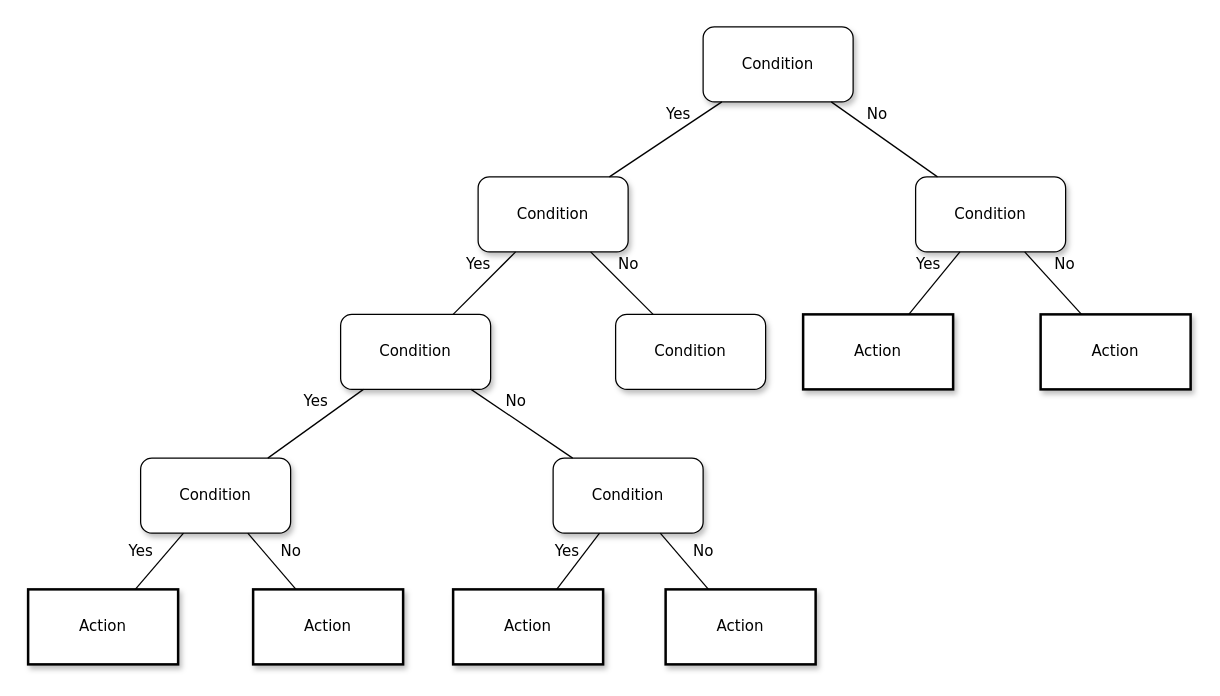
isabel-mm/guacamole keeps this draw.io diagram as tipología.drawio. Above is the earlier version. Source tidied: cells renumbered, new cells numbered last; positions are measured from the earlier drawing's top-left corner, leaving out a move shared by most shapes. Both pictures are drawn from the tidied source at 125%, with x=0, y=0 at pixel (28, 26).
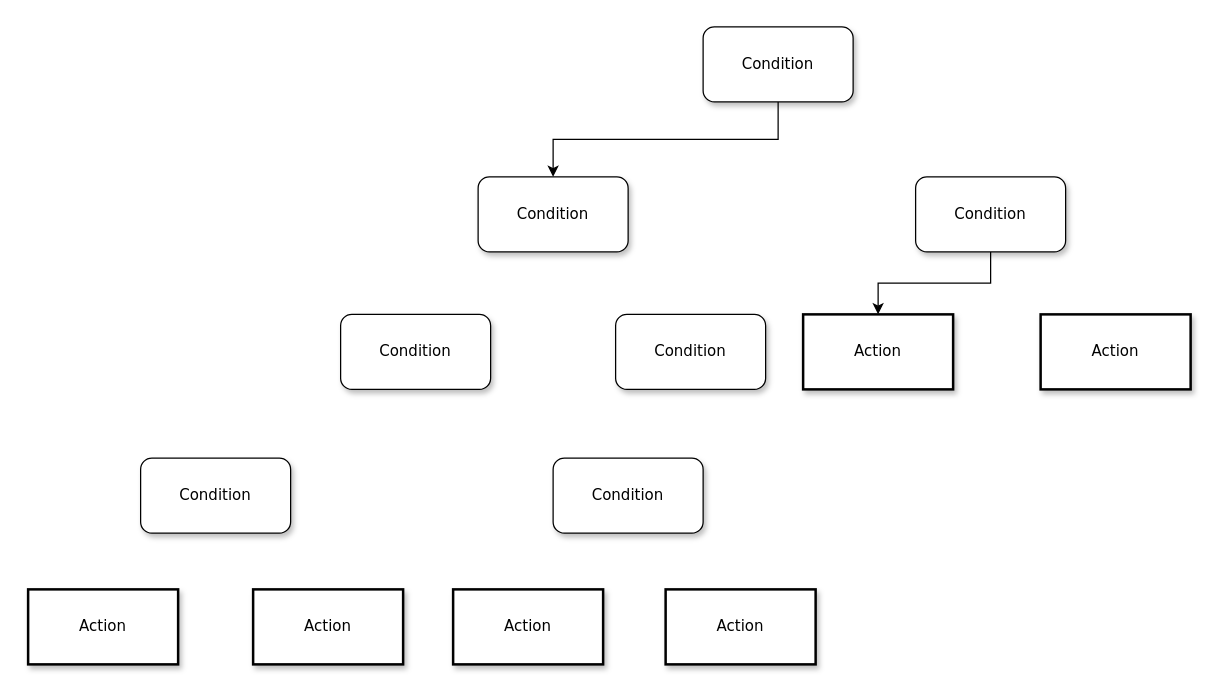
After the change.

The change refers to these unchanged cells:
```xml
<mxCell id="2" value="Condition" style="whiteSpace=wrap;html=1;rounded=1;shadow=1;labelBackgroundColor=none;strokeWidth=1;fontFamily=Verdana;fontSize=12;align=center;" parent="1" vertex="1">
  <mxGeometry x="540" width="120" height="60" as="geometry" />
</mxCell>
```

What changed in the source:
```diff
@@
-    <mxCell id="3" value="&lt;span&gt;Condition&lt;/span&gt;" style="whiteSpace=wrap;html=1;rounded=1;shadow=1;labelBackgroundColor=none;strokeWidth=1;fontFamily=Verdana;fontSize=12;align=center;" parent="1" vertex="1">
+    <mxCell id="3" value="Condition" style="whiteSpace=wrap;html=1;rounded=1;shadow=1;labelBackgroundColor=none;strokeWidth=1;fontFamily=Verdana;fontSize=12;align=center;" parent="1" vertex="1">
       <mxGeometry x="360" y="120" width="120" height="60" as="geometry" />
     </mxCell>
-    <mxCell id="4" value="&lt;span&gt;Condition&lt;/span&gt;" style="whiteSpace=wrap;html=1;rounded=1;shadow=1;labelBackgroundColor=none;strokeWidth=1;fontFamily=Verdana;fontSize=12;align=center;" parent="1" vertex="1">
+    <mxCell id="4" value="Condition" style="whiteSpace=wrap;html=1;rounded=1;shadow=1;labelBackgroundColor=none;strokeWidth=1;fontFamily=Verdana;fontSize=12;align=center;" parent="1" vertex="1">
       <mxGeometry x="710" y="120" width="120" height="60" as="geometry" />
     </mxCell>
-    <mxCell id="5" value="No" style="rounded=0;html=1;labelBackgroundColor=none;startArrow=none;startFill=0;startSize=5;endArrow=none;endFill=0;endSize=5;jettySize=auto;strokeWidth=1;fontFamily=Verdana;fontSize=12;" parent="1" edge="1" source="2" target="4">
-      <mxGeometry x="-0.3" y="13" relative="1" as="geometry" />
-    </mxCell>
-    <mxCell id="6" value="Yes" style="rounded=0;html=1;labelBackgroundColor=none;startArrow=none;startFill=0;startSize=5;endArrow=none;endFill=0;endSize=5;jettySize=auto;strokeWidth=1;fontFamily=Verdana;fontSize=12;" parent="1" edge="1" source="2" target="3">
-      <mxGeometry x="-0.36" y="-11" relative="1" as="geometry" />
-    </mxCell>
-    <mxCell id="7" value="&lt;span&gt;Condition&lt;/span&gt;" style="whiteSpace=wrap;html=1;rounded=1;shadow=1;labelBackgroundColor=none;strokeWidth=1;fontFamily=Verdana;fontSize=12;align=center;" parent="1" vertex="1">
+    <mxCell id="7" value="Condition" style="whiteSpace=wrap;html=1;rounded=1;shadow=1;labelBackgroundColor=none;strokeWidth=1;fontFamily=Verdana;fontSize=12;align=center;" parent="1" vertex="1">
       <mxGeometry x="250" y="230" width="120" height="60" as="geometry" />
     </mxCell>
-    <mxCell id="8" value="&lt;span&gt;Condition&lt;/span&gt;" style="whiteSpace=wrap;html=1;rounded=1;shadow=1;labelBackgroundColor=none;strokeWidth=1;fontFamily=Verdana;fontSize=12;align=center;" parent="1" vertex="1">
+    <mxCell id="8" value="Condition" style="whiteSpace=wrap;html=1;rounded=1;shadow=1;labelBackgroundColor=none;strokeWidth=1;fontFamily=Verdana;fontSize=12;align=center;" parent="1" vertex="1">
       <mxGeometry x="470" y="230" width="120" height="60" as="geometry" />
     </mxCell>
-    <mxCell id="9" value="&lt;span&gt;Action&lt;/span&gt;" style="whiteSpace=wrap;html=1;rounded=0;shadow=1;labelBackgroundColor=none;strokeWidth=2;fontFamily=Verdana;fontSize=12;align=center;" parent="1" vertex="1">
+    <mxCell id="9" value="Action" style="whiteSpace=wrap;html=1;rounded=0;shadow=1;labelBackgroundColor=none;strokeWidth=2;fontFamily=Verdana;fontSize=12;align=center;" parent="1" vertex="1">
       <mxGeometry x="620" y="230" width="120" height="60" as="geometry" />
     </mxCell>
-    <mxCell id="10" value="&lt;span&gt;Action&lt;/span&gt;" style="whiteSpace=wrap;html=1;rounded=0;shadow=1;labelBackgroundColor=none;strokeWidth=2;fontFamily=Verdana;fontSize=12;align=center;" parent="1" vertex="1">
+    <mxCell id="10" value="Action" style="whiteSpace=wrap;html=1;rounded=0;shadow=1;labelBackgroundColor=none;strokeWidth=2;fontFamily=Verdana;fontSize=12;align=center;" parent="1" vertex="1">
       <mxGeometry x="810" y="230" width="120" height="60" as="geometry" />
     </mxCell>
-    <mxCell id="11" value="&lt;span&gt;Condition&lt;/span&gt;" style="whiteSpace=wrap;html=1;rounded=1;shadow=1;labelBackgroundColor=none;strokeWidth=1;fontFamily=Verdana;fontSize=12;align=center;" parent="1" vertex="1">
+    <mxCell id="11" value="Condition" style="whiteSpace=wrap;html=1;rounded=1;shadow=1;labelBackgroundColor=none;strokeWidth=1;fontFamily=Verdana;fontSize=12;align=center;" parent="1" vertex="1">
       <mxGeometry x="90" y="345" width="120" height="60" as="geometry" />
     </mxCell>
-    <mxCell id="12" value="&lt;span&gt;Condition&lt;/span&gt;" style="whiteSpace=wrap;html=1;rounded=1;shadow=1;labelBackgroundColor=none;strokeWidth=1;fontFamily=Verdana;fontSize=12;align=center;" parent="1" vertex="1">
+    <mxCell id="12" value="Condition" style="whiteSpace=wrap;html=1;rounded=1;shadow=1;labelBackgroundColor=none;strokeWidth=1;fontFamily=Verdana;fontSize=12;align=center;" parent="1" vertex="1">
       <mxGeometry x="420" y="345" width="120" height="60" as="geometry" />
     </mxCell>
-    <mxCell id="13" value="Yes" style="rounded=0;html=1;labelBackgroundColor=none;startArrow=none;startFill=0;startSize=5;endArrow=none;endFill=0;endSize=5;jettySize=auto;strokeWidth=1;fontFamily=Verdana;fontSize=12;" parent="1" edge="1" source="3" target="7">
-      <mxGeometry x="-0.2" y="-14" relative="1" as="geometry" />
+    <mxCell id="13" value="Action" style="whiteSpace=wrap;html=1;rounded=0;shadow=1;labelBackgroundColor=none;strokeWidth=2;fontFamily=Verdana;fontSize=12;align=center;" parent="1" vertex="1">
+      <mxGeometry y="450" width="120" height="60" as="geometry" />
     </mxCell>
-    <mxCell id="14" value="No" style="rounded=0;html=1;labelBackgroundColor=none;startArrow=none;startFill=0;startSize=5;endArrow=none;endFill=0;endSize=5;jettySize=auto;strokeWidth=1;fontFamily=Verdana;fontSize=12;" parent="1" edge="1" source="3" target="8">
-      <mxGeometry x="-0.2" y="14" relative="1" as="geometry" />
+    <mxCell id="14" value="Action" style="whiteSpace=wrap;html=1;rounded=0;shadow=1;labelBackgroundColor=none;strokeWidth=2;fontFamily=Verdana;fontSize=12;align=center;" parent="1" vertex="1">
+      <mxGeometry x="180" y="450" width="120" height="60" as="geometry" />
     </mxCell>
-    <mxCell id="15" value="Yes" style="rounded=0;html=1;labelBackgroundColor=none;startArrow=none;startFill=0;startSize=5;endArrow=none;endFill=0;endSize=5;jettySize=auto;strokeWidth=1;fontFamily=Verdana;fontSize=12;" parent="1" edge="1" source="4" target="9">
-      <mxGeometry x="-0.26" y="-13" relative="1" as="geometry" />
+    <mxCell id="15" value="Action" style="whiteSpace=wrap;html=1;rounded=0;shadow=1;labelBackgroundColor=none;strokeWidth=2;fontFamily=Verdana;fontSize=12;align=center;" parent="1" vertex="1">
+      <mxGeometry x="340" y="450" width="120" height="60" as="geometry" />
     </mxCell>
-    <mxCell id="16" value="No" style="rounded=0;html=1;labelBackgroundColor=none;startArrow=none;startFill=0;startSize=5;endArrow=none;endFill=0;endSize=5;jettySize=auto;strokeWidth=1;fontFamily=Verdana;fontSize=12;" parent="1" edge="1" source="4" target="10">
-      <mxGeometry x="-0.13" y="17" relative="1" as="geometry" />
+    <mxCell id="16" value="Action" style="whiteSpace=wrap;html=1;rounded=0;shadow=1;labelBackgroundColor=none;strokeWidth=2;fontFamily=Verdana;fontSize=12;align=center;" parent="1" vertex="1">
+      <mxGeometry x="510" y="450" width="120" height="60" as="geometry" />
     </mxCell>
-    <mxCell id="17" value="Yes" style="rounded=0;html=1;labelBackgroundColor=none;startArrow=none;startFill=0;startSize=5;endArrow=none;endFill=0;endSize=5;jettySize=auto;strokeWidth=1;fontFamily=Verdana;fontSize=12;" parent="1" edge="1" source="7" target="11">
-      <mxGeometry x="-0.22" y="-14" relative="1" as="geometry" />
+    <mxCell id="17" style="edgeStyle=orthogonalEdgeStyle;rounded=0;jettySize=auto;html=1;exitX=0.5;exitY=1;exitDx=0;exitDy=0;entryX=0.5;entryY=0;entryDx=0;entryDy=0;exitPoint=1;entryPoint=0;" parent="1" edge="1" source="2" target="3">
+      <mxGeometry relative="1" as="geometry" />
     </mxCell>
-    <mxCell id="18" value="No" style="rounded=0;html=1;labelBackgroundColor=none;startArrow=none;startFill=0;startSize=5;endArrow=none;endFill=0;endSize=5;jettySize=auto;strokeWidth=1;fontFamily=Verdana;fontSize=12;" parent="1" edge="1" source="7" target="12">
-      <mxGeometry x="-0.28" y="12" relative="1" as="geometry" />
+    <mxCell id="18" style="edgeStyle=orthogonalEdgeStyle;rounded=0;jettySize=auto;html=1;exitX=0.5;exitY=1;exitDx=0;exitDy=0;entryX=0.5;entryY=0;entryDx=0;entryDy=0;exitPoint=1;entryPoint=0;" parent="1" edge="1" source="4" target="9">
+      <mxGeometry relative="1" as="geometry" />
     </mxCell>
-    <mxCell id="19" value="Action" style="whiteSpace=wrap;html=1;rounded=0;shadow=1;labelBackgroundColor=none;strokeWidth=2;fontFamily=Verdana;fontSize=12;align=center;" parent="1" vertex="1">
-      <mxGeometry y="450" width="120" height="60" as="geometry" />
-    </mxCell>
-    <mxCell id="20" value="&lt;span&gt;Action&lt;/span&gt;" style="whiteSpace=wrap;html=1;rounded=0;shadow=1;labelBackgroundColor=none;strokeWidth=2;fontFamily=Verdana;fontSize=12;align=center;" parent="1" vertex="1">
-      <mxGeometry x="180" y="450" width="120" height="60" as="geometry" />
-    </mxCell>
-    <mxCell id="21" value="&lt;span&gt;Action&lt;/span&gt;" style="whiteSpace=wrap;html=1;rounded=0;shadow=1;labelBackgroundColor=none;strokeWidth=2;fontFamily=Verdana;fontSize=12;align=center;" parent="1" vertex="1">
-      <mxGeometry x="340" y="450" width="120" height="60" as="geometry" />
-    </mxCell>
-    <mxCell id="22" value="&lt;span&gt;Action&lt;/span&gt;" style="whiteSpace=wrap;html=1;rounded=0;shadow=1;labelBackgroundColor=none;strokeWidth=2;fontFamily=Verdana;fontSize=12;align=center;" parent="1" vertex="1">
-      <mxGeometry x="510" y="450" width="120" height="60" as="geometry" />
-    </mxCell>
-    <mxCell id="23" value="Yes" style="rounded=0;html=1;labelBackgroundColor=none;startArrow=none;startFill=0;startSize=5;endArrow=none;endFill=0;endSize=5;jettySize=auto;strokeWidth=1;fontFamily=Verdana;fontSize=12;" parent="1" edge="1" source="11" target="19">
-      <mxGeometry x="0.14" y="-16" relative="1" as="geometry" />
-    </mxCell>
-    <mxCell id="24" value="No" style="rounded=0;html=1;labelBackgroundColor=none;startArrow=none;startFill=0;startSize=5;endArrow=none;endFill=0;endSize=5;jettySize=auto;strokeWidth=1;fontFamily=Verdana;fontSize=12;" parent="1" edge="1" source="11" target="20">
-      <mxGeometry x="0.14" y="16" relative="1" as="geometry" />
-    </mxCell>
-    <mxCell id="25" value="Yes" style="rounded=0;html=1;labelBackgroundColor=none;startArrow=none;startFill=0;startSize=5;endArrow=none;endFill=0;endSize=5;jettySize=auto;strokeWidth=1;fontFamily=Verdana;fontSize=12;" parent="1" edge="1" source="12" target="21">
-      <mxGeometry y="-12" relative="1" as="geometry" />
-    </mxCell>
-    <mxCell id="26" value="No" style="rounded=0;html=1;labelBackgroundColor=none;startArrow=none;startFill=0;startSize=5;endArrow=none;endFill=0;endSize=5;jettySize=auto;strokeWidth=1;fontFamily=Verdana;fontSize=12;" parent="1" edge="1" source="12" target="22">
-      <mxGeometry x="0.14" y="16" relative="1" as="geometry" />
-    </mxCell>
```
